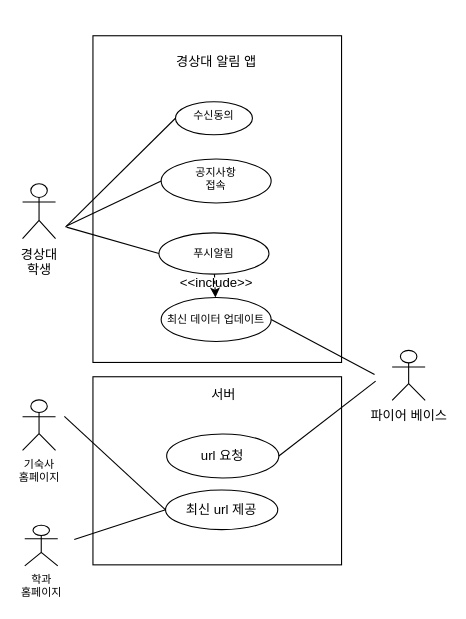
Before: Untitled Diagram.drawio in seongjin17/test, a draw.io diagram. Source tidied: cells renumbered, new cells numbered last; positions are measured from the earlier drawing's top-left corner, leaving out a move shared by most shapes. Both pictures are drawn from the tidied source at 110%, with x=0, y=0 at pixel (22, 35).
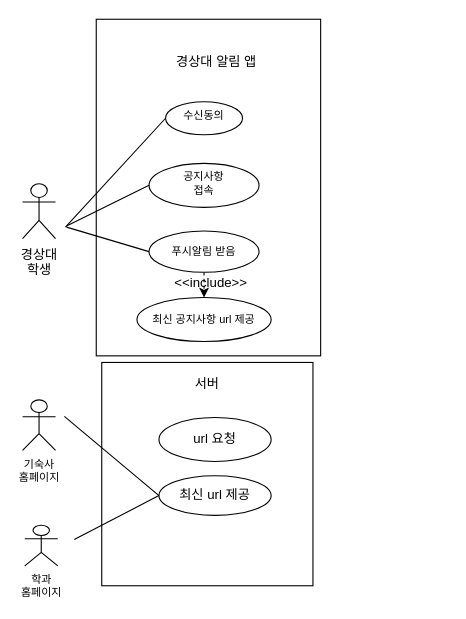
The same diagram, later.

The edit, as a diff of the source:
```diff
@@
     <mxCell id="5" value="공지사항&lt;br style=&quot;font-size: 10px;&quot;&gt;접속" style="ellipse;whiteSpace=wrap;html=1;verticalAlign=top;fontSize=10;" parent="1" vertex="1">
-      <mxGeometry x="126" y="112" width="100" height="40" as="geometry" />
+      <mxGeometry x="115" y="116" width="100" height="40" as="geometry" />
     </mxCell>
@@
-    <mxCell id="7" value="푸시알림" style="ellipse;whiteSpace=wrap;html=1;rounded=0;sketch=0;fontSize=10;" parent="1" vertex="1">
-      <mxGeometry x="124" y="179.2" width="100" height="37.5" as="geometry" />
+    <mxCell id="7" value="푸시알림 받음" style="ellipse;whiteSpace=wrap;html=1;rounded=0;sketch=0;fontSize=10;" parent="1" vertex="1">
+      <mxGeometry x="115" y="177.5" width="100" height="37.5" as="geometry" />
     </mxCell>
-    <mxCell id="8" value="최신 데이터 업데이트" style="ellipse;whiteSpace=wrap;html=1;rounded=0;sketch=0;fontSize=10;" parent="1" vertex="1">
-      <mxGeometry x="126" y="238" width="100" height="40" as="geometry" />
+    <mxCell id="8" value="최신 공지사항 url 제공" style="ellipse;whiteSpace=wrap;html=1;rounded=0;sketch=0;fontSize=10;" parent="1" vertex="1">
+      <mxGeometry x="104" y="238" width="122" height="40" as="geometry" />
     </mxCell>
-    <mxCell id="9" value="파이어 베이스" style="shape=umlActor;verticalLabelPosition=bottom;verticalAlign=top;html=1;rounded=0;sketch=0;" parent="1" vertex="1">
-      <mxGeometry x="336" y="286" width="30" height="45.5" as="geometry" />
-    </mxCell>
-    <mxCell id="10" style="endArrow=none;html=1;rounded=1;sketch=0;strokeColor=default;endFill=0;exitX=1;exitY=0.5;exitDx=0;exitDy=0;" parent="1" edge="1" source="8">
-      <mxGeometry relative="1" as="geometry">
-        <mxPoint x="320" y="308" as="targetPoint" />
-      </mxGeometry>
-    </mxCell>
@@
     <mxCell id="13" value="수신동의" style="ellipse;whiteSpace=wrap;html=1;verticalAlign=top;fontSize=10;" parent="1" vertex="1">
-      <mxGeometry x="139" y="60" width="70" height="30" as="geometry" />
+      <mxGeometry x="130" y="60" width="70" height="30" as="geometry" />
     </mxCell>
-    <mxCell id="14" value="&amp;lt;&amp;lt;include&amp;gt;&amp;gt;" style="text;html=1;align=center;verticalAlign=middle;strokeColor=none;fillColor=none;" parent="1" vertex="1">
-      <mxGeometry x="136" y="215" width="80" height="20" as="geometry" />
-    </mxCell>
@@
     <mxCell id="18" value="서버" style="rounded=0;whiteSpace=wrap;html=1;fillColor=none;strokeColor=none;" parent="1" vertex="1">
-      <mxGeometry x="123" y="297" width="120" height="60" as="geometry" />
+      <mxGeometry x="108" y="287" width="120" height="60" as="geometry" />
     </mxCell>
     <mxCell id="19" value="&lt;font style=&quot;font-size: 12px&quot;&gt;최신 url 제공&lt;/font&gt;" style="ellipse;whiteSpace=wrap;html=1;fontSize=10;verticalAlign=middle;fillColor=none;" parent="1" vertex="1">
-      <mxGeometry x="130" y="413" width="102" height="36" as="geometry" />
+      <mxGeometry x="124" y="400" width="102" height="36" as="geometry" />
     </mxCell>
@@
     <mxCell id="21" value="url 요청" style="ellipse;whiteSpace=wrap;html=1;" parent="1" vertex="1">
-      <mxGeometry x="131" y="362" width="102" height="40" as="geometry" />
+      <mxGeometry x="124" y="347" width="102" height="40" as="geometry" />
     </mxCell>
-    <mxCell id="22" style="endArrow=none;html=1;rounded=0;exitX=1;exitY=0.5;exitDx=0;exitDy=0;" parent="1" edge="1" source="21">
-      <mxGeometry relative="1" as="geometry">
-        <mxPoint x="321" y="314" as="targetPoint" />
-      </mxGeometry>
-    </mxCell>
-    <mxCell id="23" style="rounded=0;whiteSpace=wrap;html=1;fillColor=none;" parent="1" vertex="1">
-      <mxGeometry x="64" y="310" width="226" height="171" as="geometry" />
-    </mxCell>
-    <mxCell id="24" style="rounded=0;whiteSpace=wrap;html=1;fillColor=none;" parent="1" vertex="1">
-      <mxGeometry x="64" width="226" height="297" as="geometry" />
-    </mxCell>
+    <mxCell id="14" value="&amp;lt;&amp;lt;include&amp;gt;&amp;gt;" style="text;html=1;align=center;verticalAlign=middle;strokeColor=none;fillColor=none;" parent="1" vertex="1">
+      <mxGeometry x="131" y="215" width="80" height="20" as="geometry" />
+    </mxCell>
+    <mxCell id="25" style="rounded=0;whiteSpace=wrap;html=1;fillColor=none;" parent="1" vertex="1">
+      <mxGeometry x="72" y="297" width="192" height="203" as="geometry" />
+    </mxCell>
+    <mxCell id="26" style="rounded=0;whiteSpace=wrap;html=1;fillColor=none;" parent="1" vertex="1">
+      <mxGeometry x="67" y="-15" width="204" height="306" as="geometry" />
+    </mxCell>
```
